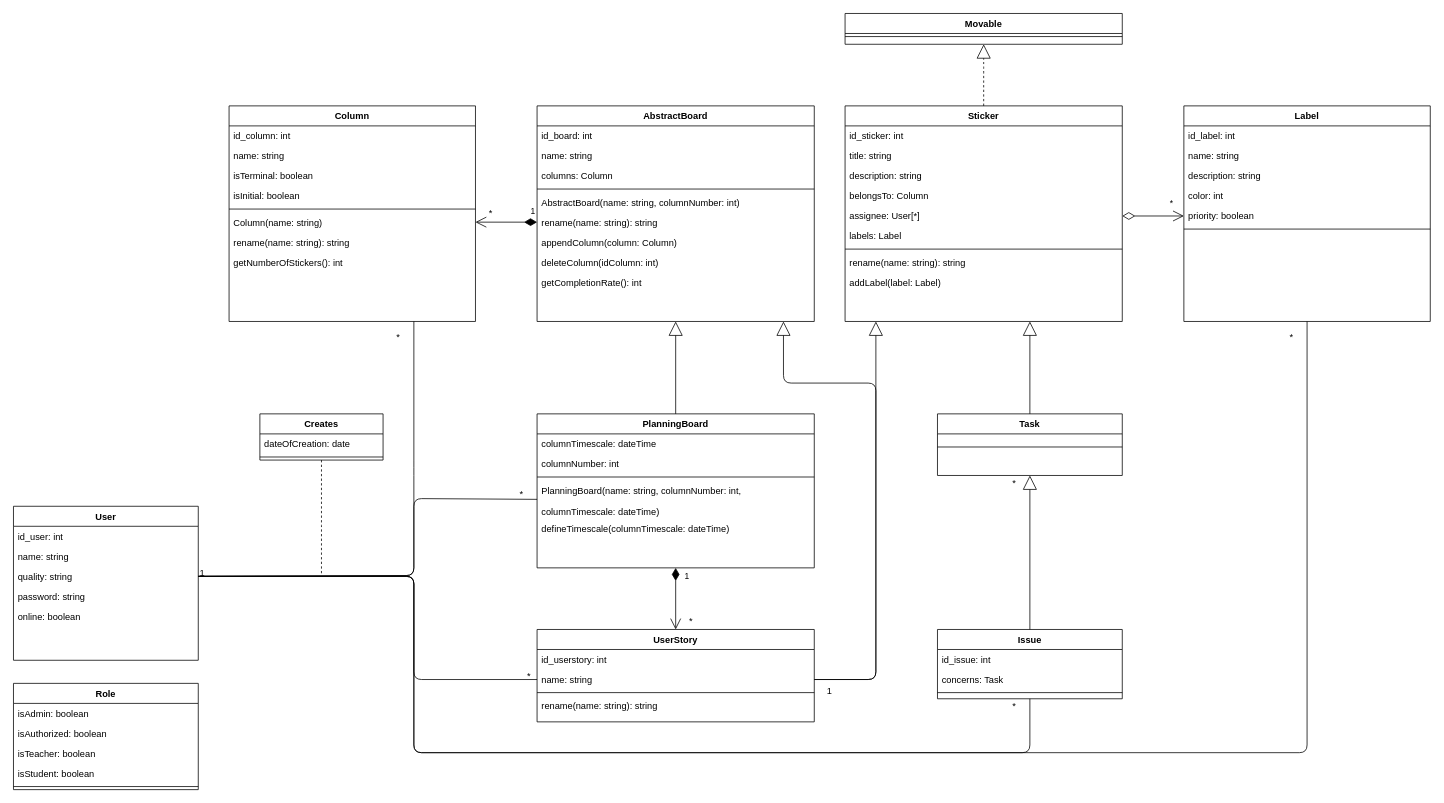
This is Diagrams/Class Diagram.drawio from RedaPengam/Boardy, a draw.io file, before an edit. Source tidied: cells renumbered, new cells numbered last; positions are measured from the earlier drawing's top-left corner, leaving out a move shared by most shapes. Both pictures are drawn from the tidied source at 77%, with x=0, y=0 at pixel (13, 13).
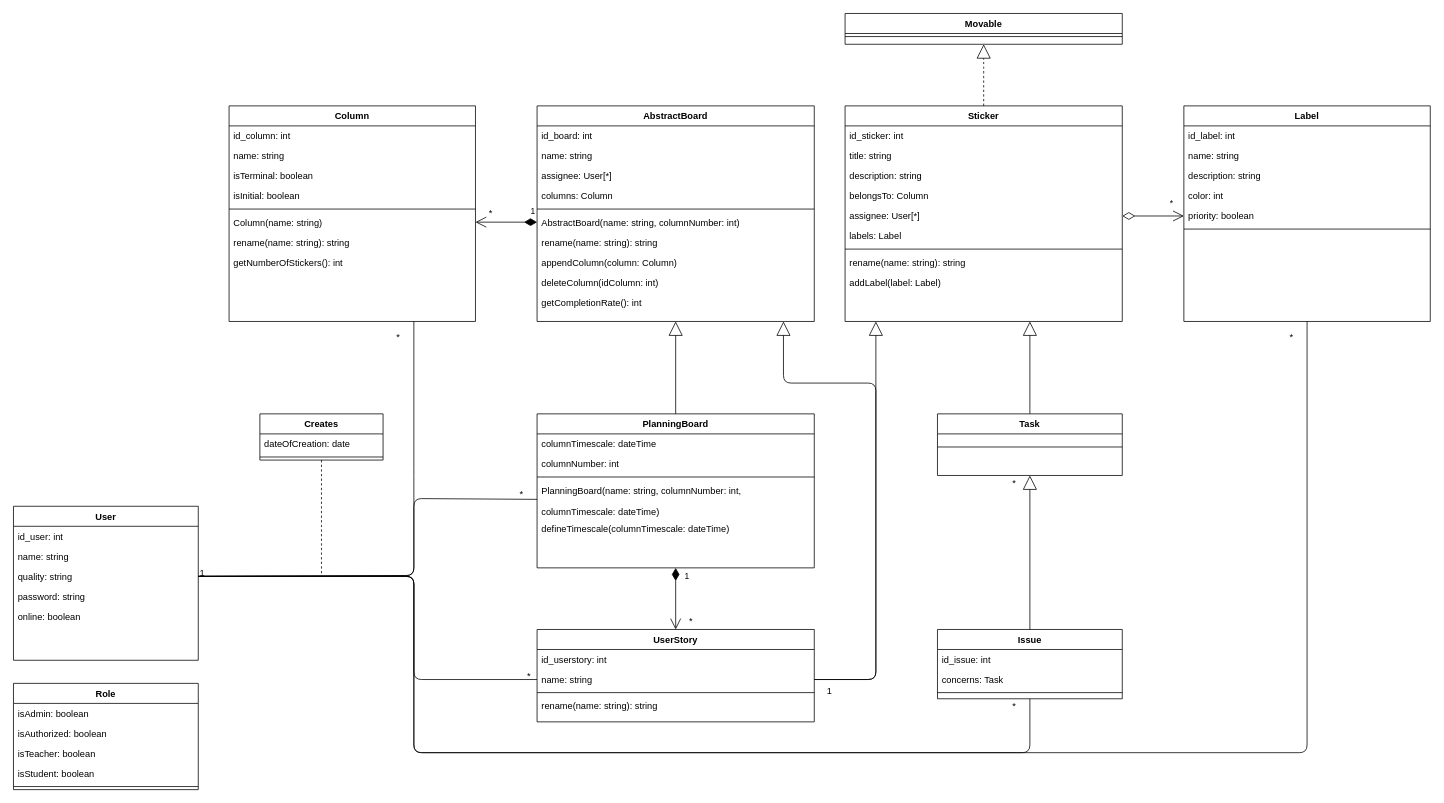
The same diagram, later.

The change refers to these unchanged cells:
```xml
<mxCell id="8" value="AbstractBoard" style="swimlane;fontStyle=1;align=center;verticalAlign=top;horizontal=1;startSize=26;rounded=0;shadow=0;strokeWidth=1;" parent="1" vertex="1">
  <mxGeometry x="680" y="120" width="360" height="280" as="geometry" />
</mxCell>
<mxCell id="66" value="Column(name: string)" style="text;align=left;verticalAlign=top;spacingLeft=4;spacingRight=4;overflow=hidden;points=[[0,0.5],[1,0.5]];portConstraint=eastwest;" parent="60" vertex="1">
  <mxGeometry y="138" width="320" height="26" as="geometry" />
</mxCell>
```

What changed in the source:
```diff
@@
+    <mxCell id="97" value="assignee: User[*]" style="text;align=left;verticalAlign=top;spacingLeft=4;spacingRight=4;overflow=hidden;rounded=0;shadow=0;html=0;" parent="8" vertex="1">
+      <mxGeometry y="78" width="360" height="26" as="geometry" />
+    </mxCell>
     <mxCell id="11" value="columns: Column" style="text;align=left;verticalAlign=top;spacingLeft=4;spacingRight=4;overflow=hidden;rounded=0;shadow=0;html=0;" parent="8" vertex="1">
-      <mxGeometry y="78" width="360" height="26" as="geometry" />
+      <mxGeometry y="104" width="360" height="26" as="geometry" />
     </mxCell>
     <mxCell id="12" style="line;html=1;strokeWidth=1;align=left;verticalAlign=middle;spacingTop=-1;spacingLeft=3;spacingRight=3;labelPosition=right;" parent="8" vertex="1">
-      <mxGeometry y="104" width="360" height="8" as="geometry" />
+      <mxGeometry y="130" width="360" height="8" as="geometry" />
     </mxCell>
     <mxCell id="13" value="AbstractBoard(name: string, columnNumber: int)" style="text;align=left;verticalAlign=top;spacingLeft=4;spacingRight=4;overflow=hidden;points=[[0,0.5],[1,0.5]];portConstraint=eastwest;" parent="8" vertex="1">
-      <mxGeometry y="112" width="360" height="26" as="geometry" />
+      <mxGeometry y="138" width="360" height="26" as="geometry" />
     </mxCell>
     <mxCell id="14" value="rename(name: string): string" style="text;align=left;verticalAlign=top;spacingLeft=4;spacingRight=4;overflow=hidden;points=[[0,0.5],[1,0.5]];portConstraint=eastwest;" parent="8" vertex="1">
-      <mxGeometry y="138" width="360" height="26" as="geometry" />
+      <mxGeometry y="164" width="360" height="26" as="geometry" />
     </mxCell>
     <mxCell id="15" value="appendColumn(column: Column)" style="text;align=left;verticalAlign=top;spacingLeft=4;spacingRight=4;overflow=hidden;" parent="8" vertex="1">
-      <mxGeometry y="164" width="360" height="26" as="geometry" />
+      <mxGeometry y="190" width="360" height="26" as="geometry" />
     </mxCell>
     <mxCell id="16" value="deleteColumn(idColumn: int)" style="text;align=left;verticalAlign=top;spacingLeft=4;spacingRight=4;overflow=hidden;" parent="8" vertex="1">
-      <mxGeometry y="190" width="360" height="26" as="geometry" />
+      <mxGeometry y="216" width="360" height="26" as="geometry" />
     </mxCell>
     <mxCell id="17" value="getCompletionRate(): int" style="text;align=left;verticalAlign=top;spacingLeft=4;spacingRight=4;overflow=hidden;rounded=0;shadow=0;html=0;" parent="8" vertex="1">
-      <mxGeometry y="216" width="360" height="26" as="geometry" />
+      <mxGeometry y="242" width="360" height="26" as="geometry" />
     </mxCell>
@@
-    <mxCell id="86" value="1" style="endArrow=open;html=1;endSize=12;startArrow=diamondThin;startSize=14;startFill=1;edgeStyle=orthogonalEdgeStyle;align=left;verticalAlign=bottom;entryX=1;entryY=0.5;entryDx=0;entryDy=0;exitX=0;exitY=0.5;exitDx=0;exitDy=0;" parent="1" edge="1" source="14" target="66">
+    <mxCell id="86" value="1" style="endArrow=open;html=1;endSize=12;startArrow=diamondThin;startSize=14;startFill=1;edgeStyle=orthogonalEdgeStyle;align=left;verticalAlign=bottom;entryX=1;entryY=0.5;entryDx=0;entryDy=0;exitX=0;exitY=0.5;exitDx=0;exitDy=0;" parent="1" edge="1" source="13" target="66">
       <mxGeometry x="-0.75" y="-5" relative="1" as="geometry" />
     </mxCell>
```
